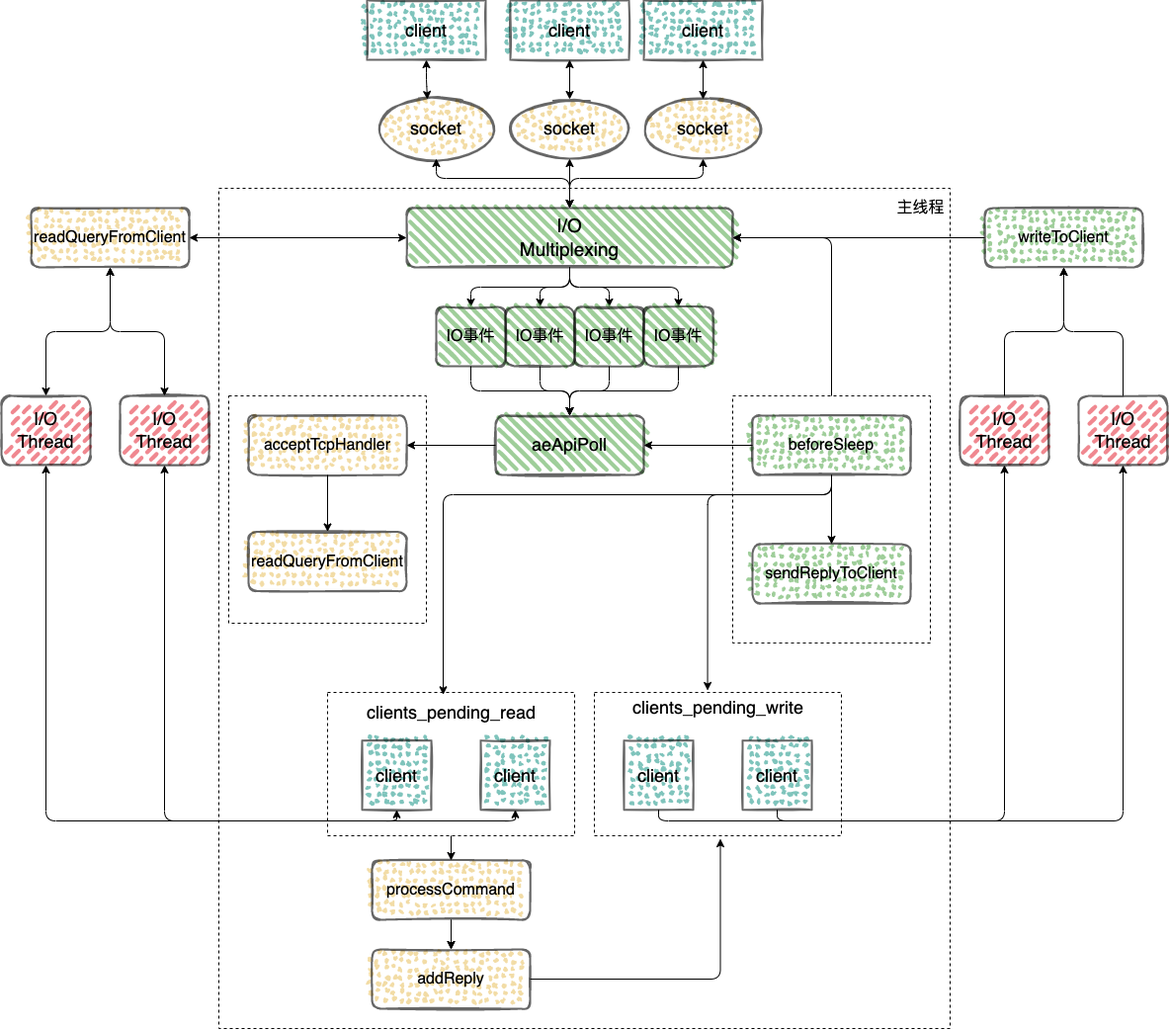
This is img/redis/redis-multi.png from boilingfrog/Go-POINT, a draw.io export, as it was before one commit. Source tidied: cells renumbered, new cells last; positions are measured from the earlier drawing's top-left corner, leaving out a move shared by most shapes.
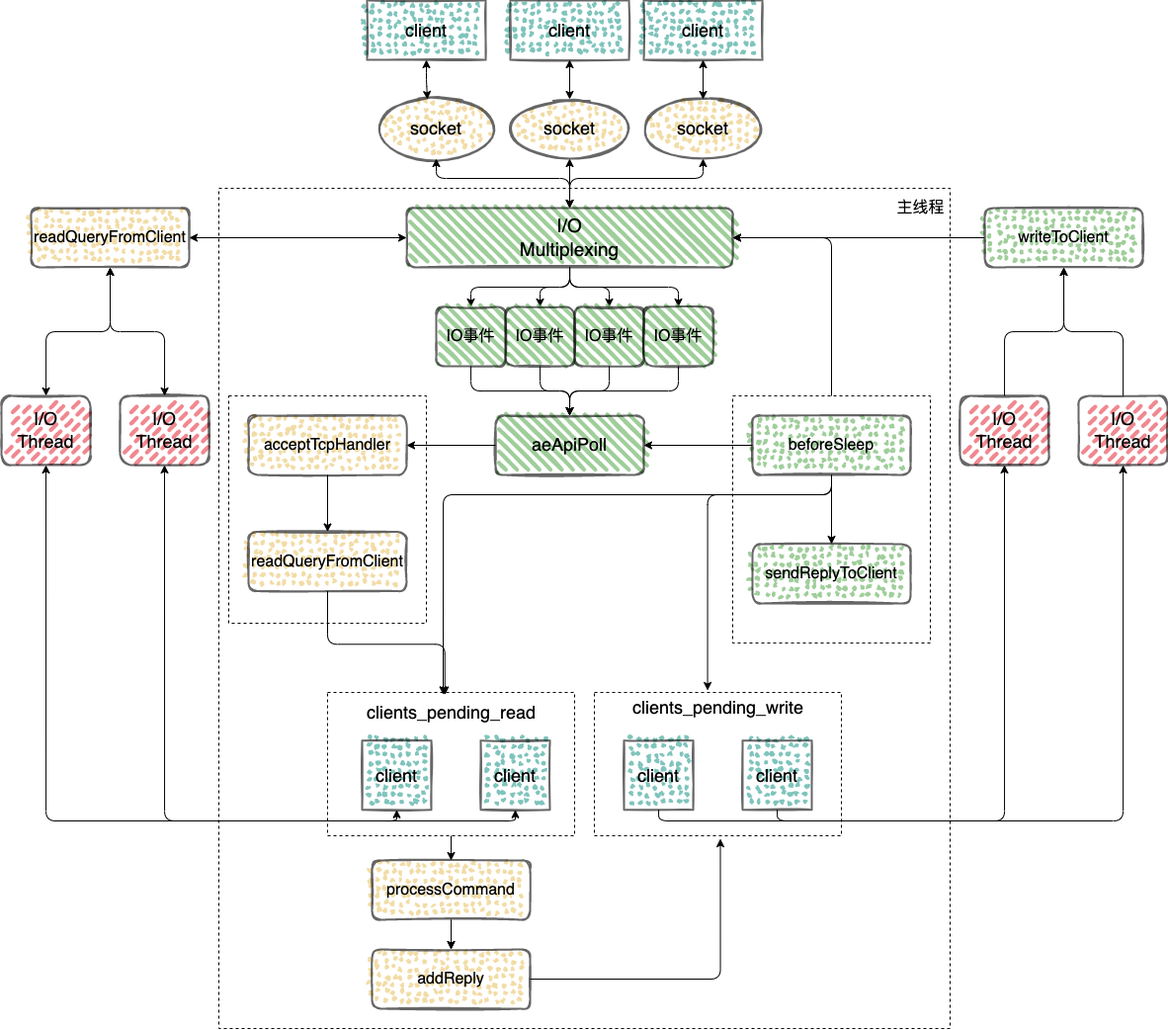
The same file after the commit.

Commit message:
feat:redis 中的原子性

What changed in the source:
```diff
@@ -96,6 +96,9 @@
     <mxCell id="29" value="&lt;font style=&quot;font-size: 18px&quot;&gt;client&lt;/font&gt;" style="rounded=0;whiteSpace=wrap;html=1;fontFamily=Helvetica;fontSize=12;fontColor=default;strokeColor=default;fillColor=#2A9D8F;strokeWidth=2;fillWeight=2;hachureGap=8;fillStyle=dots;sketch=1;opacity=60;" parent="1" vertex="1">
       <mxGeometry x="650" width="120" height="60" as="geometry" />
     </mxCell>
+    <mxCell id="73" style="edgeStyle=orthogonalEdgeStyle;html=1;entryX=0.467;entryY=-0.081;entryDx=0;entryDy=0;entryPerimeter=0;" parent="1" edge="1" source="30" target="68">
+      <mxGeometry relative="1" as="geometry" />
+    </mxCell>
     <mxCell id="30" value="readQueryFromClient" style="rounded=1;whiteSpace=wrap;html=1;strokeWidth=2;fillWeight=2;hachureGap=8;hachureAngle=45;fillColor=#E9C46A;sketch=1;fontSize=16;fillStyle=dots;opacity=60;" parent="1" vertex="1">
       <mxGeometry x="250" y="537.5" width="160" height="60" as="geometry" />
     </mxCell>
```
